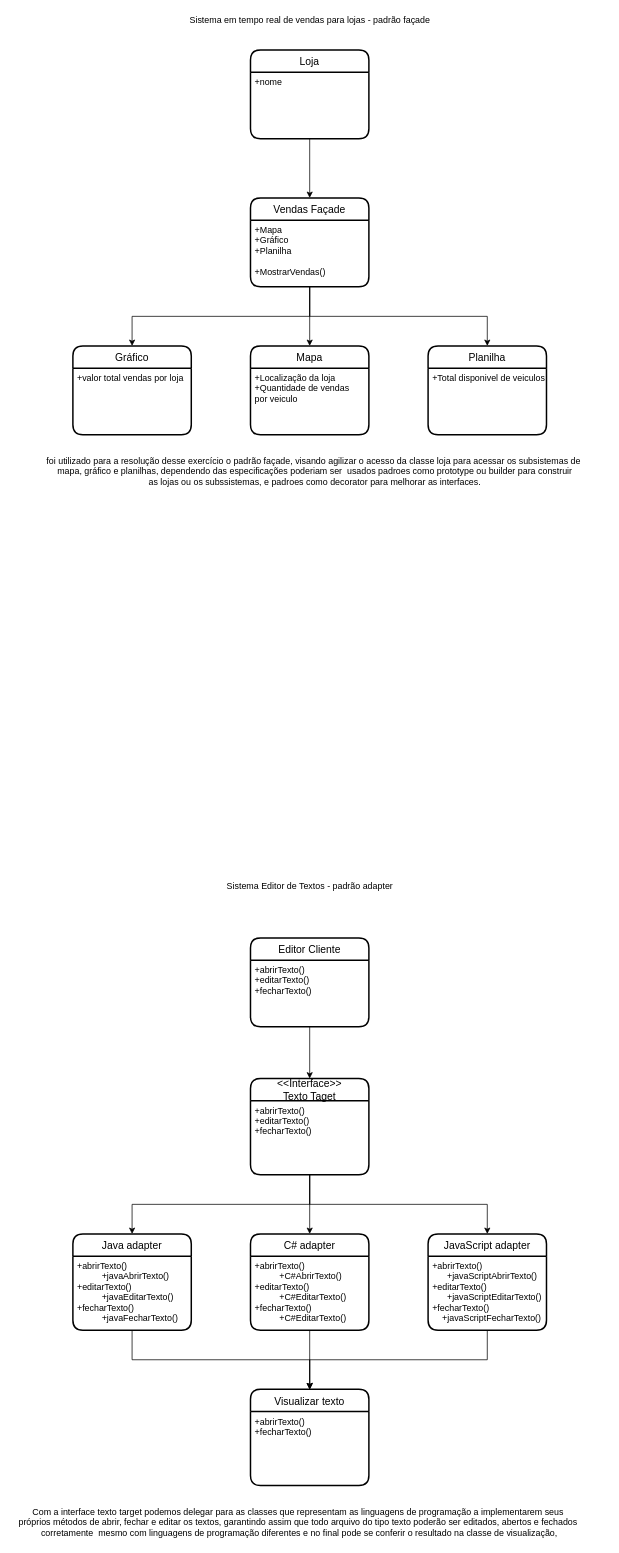
MatheusSantosDev/diagramas-UML keeps this draw.io diagram as Exercicio-05_padroes_projeto.drawio. Above is the earlier version. Source tidied: cells renumbered, new cells numbered last; positions are measured from the earlier drawing's top-left corner, leaving out a move shared by most shapes. Both pictures are drawn from the tidied source at 74%, with x=0, y=0 at pixel (13, 13).
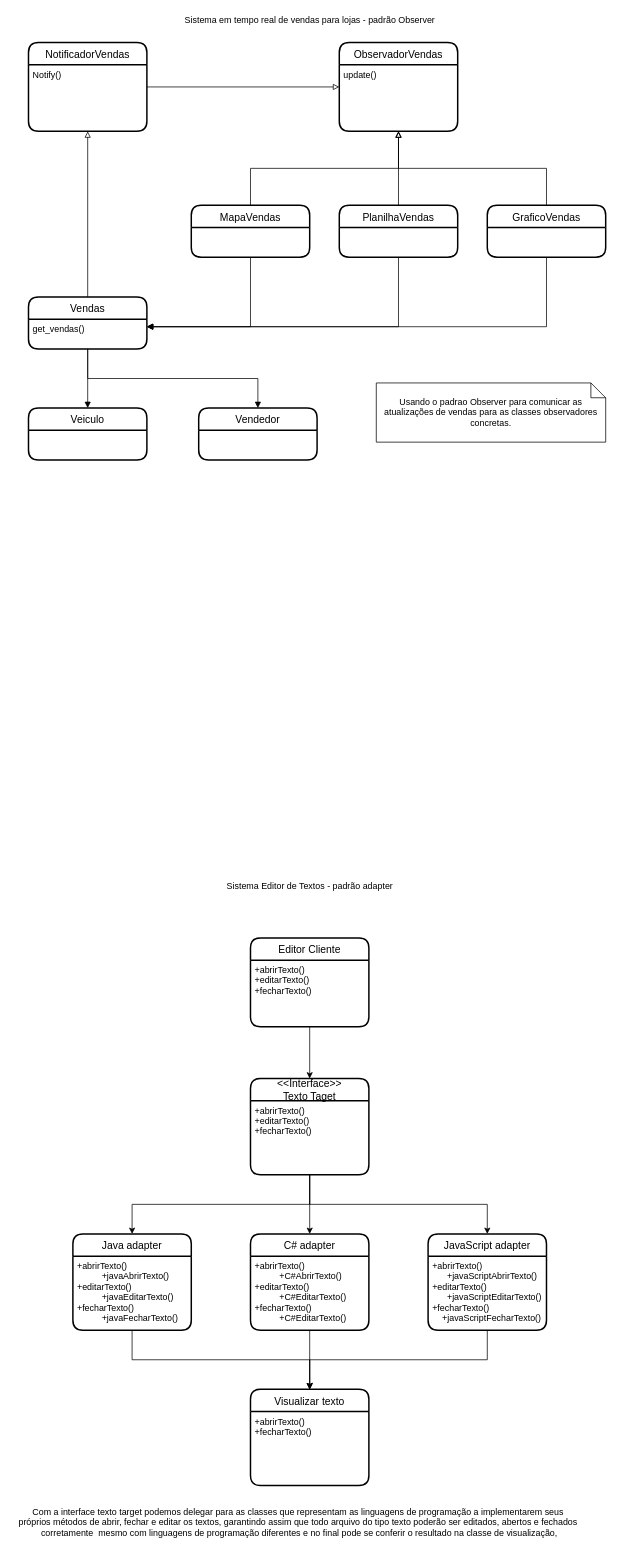
The same diagram, later.

The edit, as a diff of the source:
```diff
@@
-    <mxCell id="2" style="edgeStyle=orthogonalEdgeStyle;rounded=0;jettySize=auto;html=1;" parent="1" edge="1" source="3" target="6">
-      <mxGeometry relative="1" as="geometry" />
-    </mxCell>
-    <mxCell id="3" value="Loja" style="swimlane;horizontal=1;startSize=30;rounded=1;fontSize=14;fontStyle=0;strokeWidth=2;shadow=0;dashed=0;align=center;" parent="1" vertex="1">
-      <mxGeometry x="321" y="50" width="160" height="120" as="geometry" />
-    </mxCell>
-    <mxCell id="4" value="+nome&#10;" style="align=left;strokeColor=none;fillColor=none;spacingLeft=4;fontSize=12;verticalAlign=top;" parent="3" vertex="1">
-      <mxGeometry y="30" width="160" height="90" as="geometry" />
-    </mxCell>
-    <mxCell id="5" style="edgeStyle=orthogonalEdgeStyle;rounded=0;jettySize=auto;html=1;" parent="1" edge="1" source="6" target="10">
-      <mxGeometry relative="1" as="geometry" />
-    </mxCell>
-    <mxCell id="6" value="Vendas Façade" style="swimlane;horizontal=1;startSize=30;rounded=1;fontSize=14;fontStyle=0;strokeWidth=2;shadow=0;dashed=0;align=center;" parent="1" vertex="1">
-      <mxGeometry x="321" y="250" width="160" height="120" as="geometry" />
-    </mxCell>
-    <mxCell id="7" value="+Mapa&#10;+Gráfico&#10;+Planilha&#10;&#10;+MostrarVendas()" style="align=left;strokeColor=none;fillColor=none;spacingLeft=4;fontSize=12;verticalAlign=top;" parent="6" vertex="1">
-      <mxGeometry y="30" width="160" height="90" as="geometry" />
-    </mxCell>
-    <mxCell id="8" style="edgeStyle=orthogonalEdgeStyle;rounded=0;jettySize=auto;html=1;exitX=0.5;exitY=1;exitDx=0;exitDy=0;" parent="1" edge="1" source="7" target="12">
-      <mxGeometry relative="1" as="geometry" />
-    </mxCell>
-    <mxCell id="9" style="edgeStyle=orthogonalEdgeStyle;rounded=0;jettySize=auto;html=1;exitX=0.5;exitY=1;exitDx=0;exitDy=0;" parent="1" edge="1" source="7" target="14">
-      <mxGeometry relative="1" as="geometry" />
-    </mxCell>
-    <mxCell id="10" value="Mapa" style="swimlane;horizontal=1;startSize=30;rounded=1;fontSize=14;fontStyle=0;strokeWidth=2;shadow=0;dashed=0;align=center;" parent="1" vertex="1">
-      <mxGeometry x="321" y="450" width="160" height="120" as="geometry" />
-    </mxCell>
-    <mxCell id="11" value="+Localização da loja&#10;+Quantidade de vendas &#10;por veiculo" style="align=left;strokeColor=none;fillColor=none;spacingLeft=4;fontSize=12;verticalAlign=top;" parent="10" vertex="1">
-      <mxGeometry y="30" width="160" height="90" as="geometry" />
-    </mxCell>
-    <mxCell id="12" value="Gráfico" style="swimlane;horizontal=1;startSize=30;rounded=1;fontSize=14;fontStyle=0;strokeWidth=2;shadow=0;dashed=0;align=center;" parent="1" vertex="1">
-      <mxGeometry x="81" y="450" width="160" height="120" as="geometry" />
-    </mxCell>
-    <mxCell id="13" value="+valor total vendas por loja" style="align=left;strokeColor=none;fillColor=none;spacingLeft=4;fontSize=12;verticalAlign=top;" parent="12" vertex="1">
-      <mxGeometry y="30" width="160" height="90" as="geometry" />
-    </mxCell>
-    <mxCell id="14" value="Planilha" style="swimlane;horizontal=1;startSize=30;rounded=1;fontSize=14;fontStyle=0;strokeWidth=2;shadow=0;dashed=0;align=center;" parent="1" vertex="1">
-      <mxGeometry x="561" y="450" width="160" height="120" as="geometry" />
-    </mxCell>
-    <mxCell id="15" value="+Total disponivel de veiculos" style="align=left;strokeColor=none;fillColor=none;spacingLeft=4;fontSize=12;verticalAlign=top;" parent="14" vertex="1">
-      <mxGeometry y="30" width="160" height="90" as="geometry" />
-    </mxCell>
-    <mxCell id="16" value="Sistema em tempo real de vendas para lojas - padrão façade" style="text;html=1;align=center;verticalAlign=middle;" parent="1" vertex="1">
-      <mxGeometry x="231" width="340" height="20" as="geometry" />
+    <mxCell id="16" value="Sistema em tempo real de vendas para lojas - padrão Observer" style="text;html=1;align=center;verticalAlign=middle;" parent="1" vertex="1">
+      <mxGeometry x="226" width="350" height="20" as="geometry" />
     </mxCell>
-    <mxCell id="17" value="foi utilizado para a resolução desse exercício o padrão façade, visando agilizar o acesso da classe loja para&amp;nbsp;acessar os subsistemas de&lt;br&gt;&amp;nbsp;mapa, gráfico e planilhas, dependendo das especificações poderiam ser&amp;nbsp;&amp;nbsp;usados padroes como prototype ou builder para construir&lt;br&gt;&amp;nbsp;as lojas ou os subssistemas, e padroes como decorator para melhorar as interfaces." style="text;html=1;align=center;verticalAlign=middle;" parent="1" vertex="1">
-      <mxGeometry x="36" y="595" width="740" height="50" as="geometry" />
-    </mxCell>
@@
+    <mxCell id="39" style="edgeStyle=orthogonalEdgeStyle;rounded=0;jettySize=auto;html=1;startArrow=none;startFill=0;endArrow=block;endFill=0;" parent="1" edge="1" source="40" target="42">
+      <mxGeometry relative="1" as="geometry" />
+    </mxCell>
+    <mxCell id="40" value="NotificadorVendas" style="swimlane;horizontal=1;startSize=30;rounded=1;fontSize=14;fontStyle=0;strokeWidth=2;shadow=0;dashed=0;align=center;" parent="1" vertex="1">
+      <mxGeometry x="21" y="40" width="160" height="120" as="geometry" />
+    </mxCell>
+    <mxCell id="41" value="Notify()" style="align=left;strokeColor=none;fillColor=none;spacingLeft=4;fontSize=12;verticalAlign=top;" parent="40" vertex="1">
+      <mxGeometry y="30" width="160" height="90" as="geometry" />
+    </mxCell>
+    <mxCell id="42" value="ObservadorVendas" style="swimlane;horizontal=1;startSize=30;rounded=1;fontSize=14;fontStyle=0;strokeWidth=2;shadow=0;dashed=0;align=center;" parent="1" vertex="1">
+      <mxGeometry x="441" y="40" width="160" height="120" as="geometry" />
+    </mxCell>
+    <mxCell id="43" value="update()" style="align=left;strokeColor=none;fillColor=none;spacingLeft=4;fontSize=12;verticalAlign=top;" parent="42" vertex="1">
+      <mxGeometry y="30" width="160" height="90" as="geometry" />
+    </mxCell>
+    <mxCell id="44" style="edgeStyle=orthogonalEdgeStyle;rounded=0;jettySize=auto;html=1;exitX=0.5;exitY=0;exitDx=0;exitDy=0;startArrow=none;startFill=0;endArrow=block;endFill=0;" parent="1" edge="1" source="46" target="41">
+      <mxGeometry relative="1" as="geometry" />
+    </mxCell>
+    <mxCell id="45" style="edgeStyle=orthogonalEdgeStyle;rounded=0;jettySize=auto;html=1;startArrow=none;startFill=0;endArrow=block;endFill=1;" parent="1" edge="1" source="46" target="57">
+      <mxGeometry relative="1" as="geometry" />
+    </mxCell>
+    <mxCell id="46" value="Vendas" style="swimlane;horizontal=1;startSize=30;rounded=1;fontSize=14;fontStyle=0;strokeWidth=2;shadow=0;dashed=0;align=center;" parent="1" vertex="1">
+      <mxGeometry x="21" y="384" width="160" height="70" as="geometry" />
+    </mxCell>
+    <mxCell id="47" value="get_vendas()" style="align=left;strokeColor=none;fillColor=none;spacingLeft=4;fontSize=12;verticalAlign=top;" parent="46" vertex="1">
+      <mxGeometry y="30" width="160" height="40" as="geometry" />
+    </mxCell>
+    <mxCell id="48" style="edgeStyle=orthogonalEdgeStyle;rounded=0;jettySize=auto;html=1;exitX=0.5;exitY=0;exitDx=0;exitDy=0;entryX=0.5;entryY=1;entryDx=0;entryDy=0;startArrow=none;startFill=0;endArrow=block;endFill=0;" parent="1" edge="1" source="50" target="43">
+      <mxGeometry relative="1" as="geometry" />
+    </mxCell>
+    <mxCell id="49" style="edgeStyle=orthogonalEdgeStyle;rounded=0;jettySize=auto;html=1;exitX=0.5;exitY=1;exitDx=0;exitDy=0;entryX=1;entryY=0.25;entryDx=0;entryDy=0;startArrow=none;startFill=0;endArrow=block;endFill=1;" parent="1" edge="1" source="50" target="47">
+      <mxGeometry relative="1" as="geometry" />
+    </mxCell>
+    <mxCell id="50" value="MapaVendas" style="swimlane;horizontal=1;startSize=30;rounded=1;fontSize=14;fontStyle=0;strokeWidth=2;shadow=0;dashed=0;align=center;" parent="1" vertex="1">
+      <mxGeometry x="241" y="260" width="160" height="70" as="geometry" />
+    </mxCell>
+    <mxCell id="51" style="edgeStyle=orthogonalEdgeStyle;rounded=0;jettySize=auto;html=1;exitX=0.5;exitY=0;exitDx=0;exitDy=0;entryX=0.5;entryY=1;entryDx=0;entryDy=0;startArrow=none;startFill=0;endArrow=block;endFill=0;" parent="1" edge="1" source="53" target="43">
+      <mxGeometry relative="1" as="geometry" />
+    </mxCell>
+    <mxCell id="52" style="edgeStyle=orthogonalEdgeStyle;rounded=0;jettySize=auto;html=1;exitX=0.5;exitY=1;exitDx=0;exitDy=0;entryX=1;entryY=0.25;entryDx=0;entryDy=0;startArrow=none;startFill=0;endArrow=block;endFill=1;" parent="1" edge="1" source="53" target="47">
+      <mxGeometry relative="1" as="geometry" />
+    </mxCell>
+    <mxCell id="53" value="PlanilhaVendas" style="swimlane;horizontal=1;startSize=30;rounded=1;fontSize=14;fontStyle=0;strokeWidth=2;shadow=0;dashed=0;align=center;" parent="1" vertex="1">
+      <mxGeometry x="441" y="260" width="160" height="70" as="geometry" />
+    </mxCell>
+    <mxCell id="54" style="edgeStyle=orthogonalEdgeStyle;rounded=0;jettySize=auto;html=1;exitX=0.5;exitY=0;exitDx=0;exitDy=0;entryX=0.5;entryY=1;entryDx=0;entryDy=0;startArrow=none;startFill=0;endArrow=block;endFill=0;" parent="1" edge="1" source="56" target="43">
+      <mxGeometry relative="1" as="geometry" />
+    </mxCell>
+    <mxCell id="55" style="edgeStyle=orthogonalEdgeStyle;rounded=0;jettySize=auto;html=1;exitX=0.5;exitY=1;exitDx=0;exitDy=0;entryX=1;entryY=0.25;entryDx=0;entryDy=0;startArrow=none;startFill=0;endArrow=block;endFill=1;" parent="1" edge="1" source="56" target="47">
+      <mxGeometry relative="1" as="geometry" />
+    </mxCell>
+    <mxCell id="56" value="GraficoVendas" style="swimlane;horizontal=1;startSize=30;rounded=1;fontSize=14;fontStyle=0;strokeWidth=2;shadow=0;dashed=0;align=center;" parent="1" vertex="1">
+      <mxGeometry x="641" y="260" width="160" height="70" as="geometry" />
+    </mxCell>
+    <mxCell id="57" value="Veiculo" style="swimlane;horizontal=1;startSize=30;rounded=1;fontSize=14;fontStyle=0;strokeWidth=2;shadow=0;dashed=0;align=center;" parent="1" vertex="1">
+      <mxGeometry x="21" y="534" width="160" height="70" as="geometry" />
+    </mxCell>
+    <mxCell id="58" value="Vendedor" style="swimlane;horizontal=1;startSize=30;rounded=1;fontSize=14;fontStyle=0;strokeWidth=2;shadow=0;dashed=0;align=center;" parent="1" vertex="1">
+      <mxGeometry x="251" y="534" width="160" height="70" as="geometry" />
+    </mxCell>
+    <mxCell id="59" style="edgeStyle=orthogonalEdgeStyle;rounded=0;jettySize=auto;html=1;exitX=0.5;exitY=1;exitDx=0;exitDy=0;startArrow=none;startFill=0;endArrow=block;endFill=1;" parent="1" edge="1" source="47" target="58">
+      <mxGeometry relative="1" as="geometry" />
+    </mxCell>
+    <mxCell id="60" value="Usando o padrao Observer para comunicar as atualizações de vendas para as classes observadores concretas." style="shape=note;size=20;whiteSpace=wrap;html=1;" parent="1" vertex="1">
+      <mxGeometry x="491" y="500" width="310" height="80" as="geometry" />
+    </mxCell>
```
